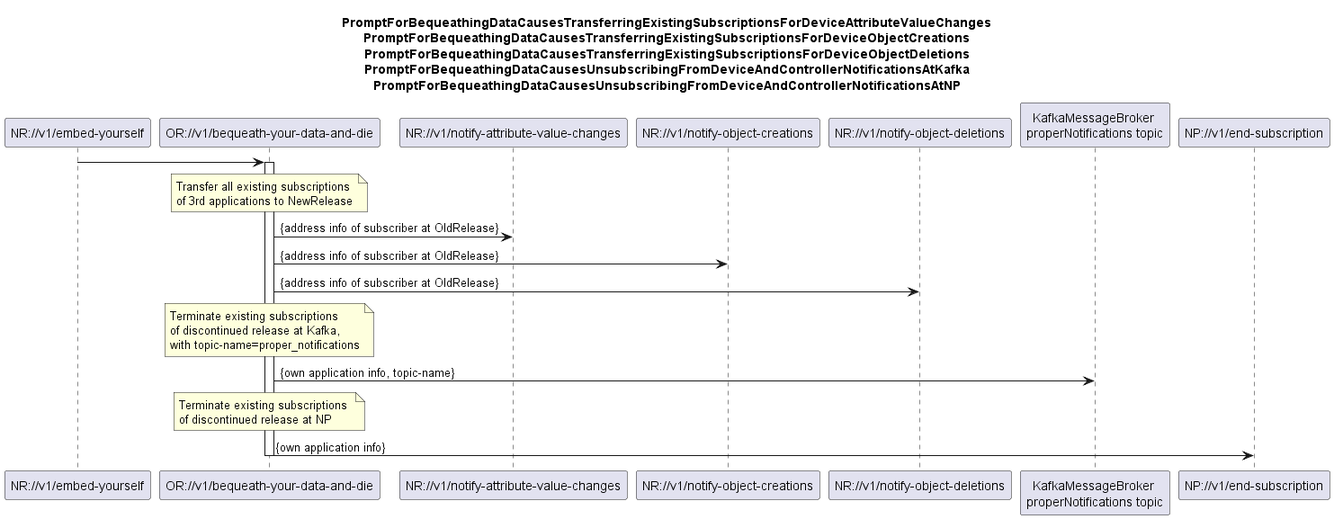
This is spec/diagrams/09x_BequeathYourDataAndDie.png from openBackhaul/MicroWaveDeviceInventory, a PlantUML export, as it was before one commit.
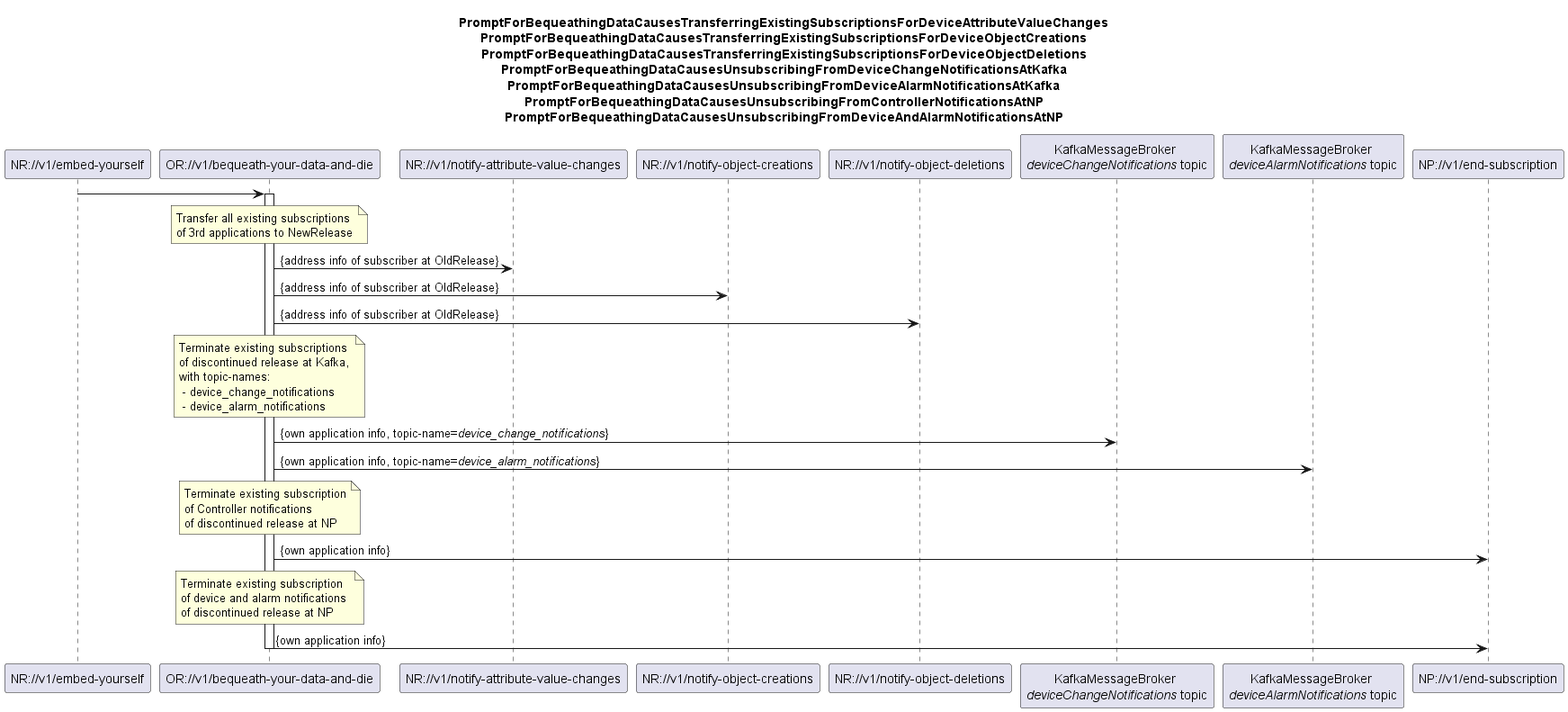
After the change.

What changed in the source:
```diff
@@ -2,11 +2,13 @@
 skinparam responseMessageBelowArrow true
 
 title
-PromptForBequeathingDataCausesTransferringExistingSubscriptionsForDeviceAttributeValueChanges
-PromptForBequeathingDataCausesTransferringExistingSubscriptionsForDeviceObjectCreations
-PromptForBequeathingDataCausesTransferringExistingSubscriptionsForDeviceObjectDeletions
-PromptForBequeathingDataCausesUnsubscribingFromDeviceAndControllerNotificationsAtKafka
-PromptForBequeathingDataCausesUnsubscribingFromDeviceAndControllerNotificationsAtNP
+  PromptForBequeathingDataCausesTransferringExistingSubscriptionsForDeviceAttributeValueChanges
+  PromptForBequeathingDataCausesTransferringExistingSubscriptionsForDeviceObjectCreations
+  PromptForBequeathingDataCausesTransferringExistingSubscriptionsForDeviceObjectDeletions
+  PromptForBequeathingDataCausesUnsubscribingFromDeviceChangeNotificationsAtKafka
+  PromptForBequeathingDataCausesUnsubscribingFromDeviceAlarmNotificationsAtKafka
+  PromptForBequeathingDataCausesUnsubscribingFromControllerNotificationsAtNP
+  PromptForBequeathingDataCausesUnsubscribingFromDeviceAndAlarmNotificationsAtNP
 end title
 
 participant "NR://v1/embed-yourself" as NewRelease
@@ -14,7 +16,8 @@
 participant "NR://v1/notify-attribute-value-changes" as notifyAttributeChange
 participant "NR://v1/notify-object-creations" as notifyObjectCreation
 participant "NR://v1/notify-object-deletions" as notifyObjectDeletion
-participant "KafkaMessageBroker \nproperNotifications topic" as endSubsriptionAtKafka
+participant "KafkaMessageBroker \n<i>deviceChangeNotifications</i> topic" as endSubsriptionAtKafkaDev
+participant "KafkaMessageBroker \n<i>deviceAlarmNotifications</i> topic" as endSubsriptionAtKafkaAlarm
 participant "NP://v1/end-subscription" as endSubsriptionAtNp
 
 NewRelease -> OldRelease
@@ -31,16 +34,27 @@
 note over OldRelease
 Terminate existing subscriptions
 of discontinued release at Kafka,
-with topic-name=proper_notifications
+with topic-names:
+ - device_change_notifications
+ - device_alarm_notifications
 end note
-OldRelease -> endSubsriptionAtKafka: {own application info, topic-name}
+OldRelease -> endSubsriptionAtKafkaDev: {own application info, topic-name=<i>device_change_notifications</i>}
+OldRelease -> endSubsriptionAtKafkaAlarm: {own application info, topic-name=<i>device_alarm_notifications</i>}
+
 
 note over OldRelease
-Terminate existing subscriptions
+Terminate existing subscription
+of Controller notifications
 of discontinued release at NP
 end note
 OldRelease -> endSubsriptionAtNp: {own application info}
 
+note over OldRelease
+Terminate existing subscription
+of device and alarm notifications
+of discontinued release at NP
+end note
+OldRelease -> endSubsriptionAtNp: {own application info}
 
 deactivate OldRelease
 
```
